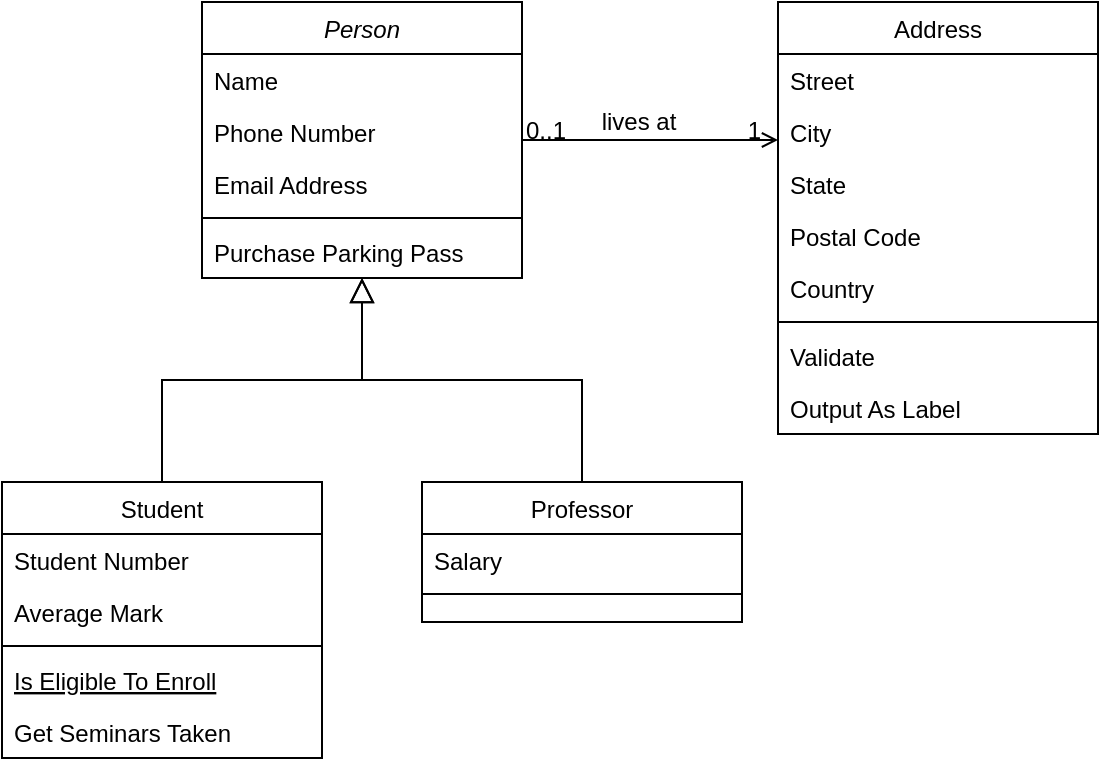
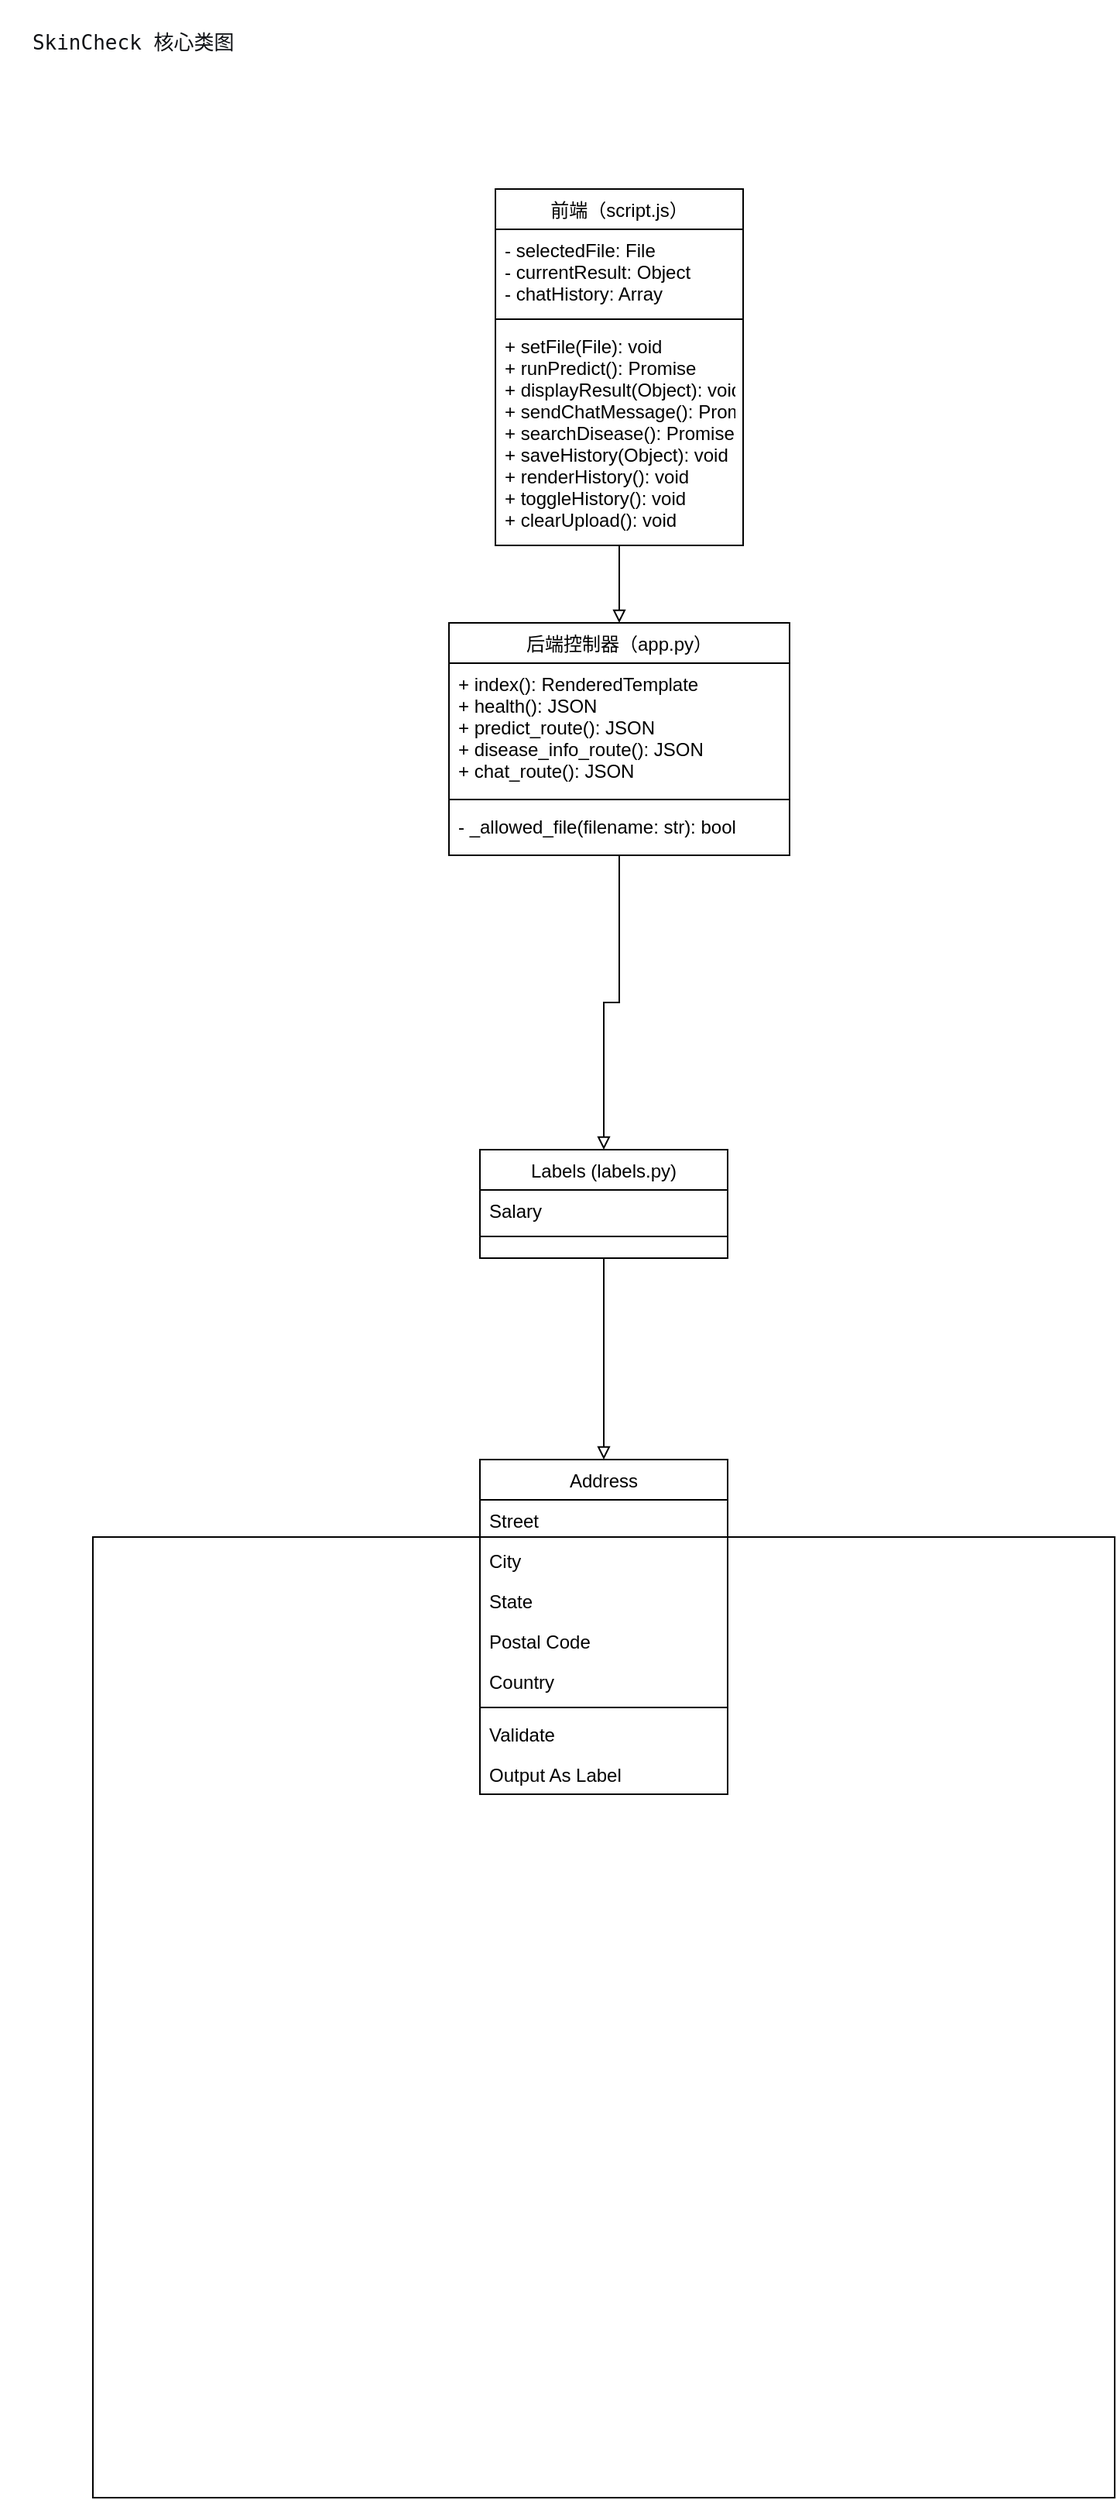
<mxfile host="app.diagrams.net">
  <diagram id="C5RBs43oDa-KdzZeNtuy" name="Page-1">
-     <mxGraphModel dx="1223" dy="871" grid="1" gridSize="10" guides="1" tooltips="1" connect="1" arrows="1" fold="1" page="1" pageScale="1" pageWidth="827" pageHeight="1169" math="0" shadow="0">
+     <mxGraphModel dx="986" dy="1869" grid="1" gridSize="10" guides="1" tooltips="1" connect="1" arrows="1" fold="1" page="1" pageScale="1" pageWidth="827" pageHeight="1169" math="0" shadow="0">
      <root>
        <mxCell id="WIyWlLk6GJQsqaUBKTNV-0" />
        <mxCell id="WIyWlLk6GJQsqaUBKTNV-1" parent="WIyWlLk6GJQsqaUBKTNV-0" />
-         <mxCell id="zkfFHV4jXpPFQw0GAbJ--0" value="Person" style="swimlane;fontStyle=2;align=center;verticalAlign=top;childLayout=stackLayout;horizontal=1;startSize=26;horizontalStack=0;resizeParent=1;resizeLast=0;collapsible=1;marginBottom=0;rounded=0;shadow=0;strokeWidth=1;" parent="WIyWlLk6GJQsqaUBKTNV-1" vertex="1">
-           <mxGeometry x="220" y="120" width="160" height="138" as="geometry">
-             <mxRectangle x="230" y="140" width="160" height="26" as="alternateBounds" />
+         <mxCell id="N7wxkTFcrLl-ZfhX1T1g-0" parent="WIyWlLk6GJQsqaUBKTNV-1" style="rounded=0;whiteSpace=wrap;html=1;" value="" vertex="1">
+           <mxGeometry height="620" width="660" x="90" y="990" as="geometry" />
+         </mxCell>
+         <mxCell id="zkfFHV4jXpPFQw0GAbJ--0" parent="WIyWlLk6GJQsqaUBKTNV-1" style="swimlane;fontStyle=0;align=center;verticalAlign=top;childLayout=stackLayout;horizontal=1;startSize=26;horizontalStack=0;resizeParent=1;resizeLast=0;collapsible=1;marginBottom=0;rounded=0;shadow=0;strokeWidth=1;" value="前端（script.js）" vertex="1">
+           <mxGeometry height="230" width="160" x="350" y="120" as="geometry">
+             <mxRectangle height="26" width="160" x="230" y="140" as="alternateBounds" />
          </mxGeometry>
        </mxCell>
-         <mxCell id="zkfFHV4jXpPFQw0GAbJ--1" value="Name" style="text;align=left;verticalAlign=top;spacingLeft=4;spacingRight=4;overflow=hidden;rotatable=0;points=[[0,0.5],[1,0.5]];portConstraint=eastwest;" parent="zkfFHV4jXpPFQw0GAbJ--0" vertex="1">
-           <mxGeometry y="26" width="160" height="26" as="geometry" />
+         <mxCell id="zkfFHV4jXpPFQw0GAbJ--1" parent="zkfFHV4jXpPFQw0GAbJ--0" style="text;align=left;verticalAlign=top;spacingLeft=4;spacingRight=4;overflow=hidden;rotatable=0;points=[[0,0.5],[1,0.5]];portConstraint=eastwest;" value=" - selectedFile: File&#xa;- currentResult: Object&#xa;- chatHistory: Array " vertex="1">
+           <mxGeometry height="54" width="160" y="26" as="geometry" />
        </mxCell>
-         <mxCell id="zkfFHV4jXpPFQw0GAbJ--2" value="Phone Number" style="text;align=left;verticalAlign=top;spacingLeft=4;spacingRight=4;overflow=hidden;rotatable=0;points=[[0,0.5],[1,0.5]];portConstraint=eastwest;rounded=0;shadow=0;html=0;" parent="zkfFHV4jXpPFQw0GAbJ--0" vertex="1">
-           <mxGeometry y="52" width="160" height="26" as="geometry" />
+         <mxCell id="zkfFHV4jXpPFQw0GAbJ--4" parent="zkfFHV4jXpPFQw0GAbJ--0" style="line;html=1;strokeWidth=1;align=left;verticalAlign=middle;spacingTop=-1;spacingLeft=3;spacingRight=3;rotatable=0;labelPosition=right;points=[];portConstraint=eastwest;" value="" vertex="1">
+           <mxGeometry height="8" width="160" y="80" as="geometry" />
        </mxCell>
-         <mxCell id="zkfFHV4jXpPFQw0GAbJ--3" value="Email Address" style="text;align=left;verticalAlign=top;spacingLeft=4;spacingRight=4;overflow=hidden;rotatable=0;points=[[0,0.5],[1,0.5]];portConstraint=eastwest;rounded=0;shadow=0;html=0;" parent="zkfFHV4jXpPFQw0GAbJ--0" vertex="1">
-           <mxGeometry y="78" width="160" height="26" as="geometry" />
+         <mxCell id="zkfFHV4jXpPFQw0GAbJ--5" parent="zkfFHV4jXpPFQw0GAbJ--0" style="text;align=left;verticalAlign=top;spacingLeft=4;spacingRight=4;overflow=hidden;rotatable=0;points=[[0,0.5],[1,0.5]];portConstraint=eastwest;" value="+ setFile(File): void&#xa;+ runPredict(): Promise&#xa;+ displayResult(Object): void&#xa;+ sendChatMessage(): Promise&#xa;+ searchDisease(): Promise&#xa;+ saveHistory(Object): void &#xa;+ renderHistory(): void&#xa;+ toggleHistory(): void&#xa;+ clearUpload(): void" vertex="1">
+           <mxGeometry height="142" width="160" y="88" as="geometry" />
        </mxCell>
-         <mxCell id="zkfFHV4jXpPFQw0GAbJ--4" value="" style="line;html=1;strokeWidth=1;align=left;verticalAlign=middle;spacingTop=-1;spacingLeft=3;spacingRight=3;rotatable=0;labelPosition=right;points=[];portConstraint=eastwest;" parent="zkfFHV4jXpPFQw0GAbJ--0" vertex="1">
-           <mxGeometry y="104" width="160" height="8" as="geometry" />
+         <mxCell id="N7wxkTFcrLl-ZfhX1T1g-4" edge="1" parent="WIyWlLk6GJQsqaUBKTNV-1" source="zkfFHV4jXpPFQw0GAbJ--6" style="edgeStyle=orthogonalEdgeStyle;rounded=0;orthogonalLoop=1;jettySize=auto;html=1;entryX=0.5;entryY=0;entryDx=0;entryDy=0;endArrow=block;endFill=0;" target="zkfFHV4jXpPFQw0GAbJ--13" value="">
+           <mxGeometry relative="1" as="geometry" />
        </mxCell>
-         <mxCell id="zkfFHV4jXpPFQw0GAbJ--5" value="Purchase Parking Pass" style="text;align=left;verticalAlign=top;spacingLeft=4;spacingRight=4;overflow=hidden;rotatable=0;points=[[0,0.5],[1,0.5]];portConstraint=eastwest;" parent="zkfFHV4jXpPFQw0GAbJ--0" vertex="1">
-           <mxGeometry y="112" width="160" height="26" as="geometry" />
-         </mxCell>
-         <mxCell id="zkfFHV4jXpPFQw0GAbJ--6" value="Student" style="swimlane;fontStyle=0;align=center;verticalAlign=top;childLayout=stackLayout;horizontal=1;startSize=26;horizontalStack=0;resizeParent=1;resizeLast=0;collapsible=1;marginBottom=0;rounded=0;shadow=0;strokeWidth=1;" parent="WIyWlLk6GJQsqaUBKTNV-1" vertex="1">
-           <mxGeometry x="120" y="360" width="160" height="138" as="geometry">
-             <mxRectangle x="130" y="380" width="160" height="26" as="alternateBounds" />
+         <mxCell id="zkfFHV4jXpPFQw0GAbJ--6" parent="WIyWlLk6GJQsqaUBKTNV-1" style="swimlane;fontStyle=0;align=center;verticalAlign=top;childLayout=stackLayout;horizontal=1;startSize=26;horizontalStack=0;resizeParent=1;resizeLast=0;collapsible=1;marginBottom=0;rounded=0;shadow=0;strokeWidth=1;" value="后端控制器（app.py）" vertex="1">
+           <mxGeometry height="150" width="220" x="320" y="400" as="geometry">
+             <mxRectangle height="26" width="160" x="130" y="380" as="alternateBounds" />
          </mxGeometry>
        </mxCell>
-         <mxCell id="zkfFHV4jXpPFQw0GAbJ--7" value="Student Number" style="text;align=left;verticalAlign=top;spacingLeft=4;spacingRight=4;overflow=hidden;rotatable=0;points=[[0,0.5],[1,0.5]];portConstraint=eastwest;" parent="zkfFHV4jXpPFQw0GAbJ--6" vertex="1">
-           <mxGeometry y="26" width="160" height="26" as="geometry" />
+         <mxCell id="zkfFHV4jXpPFQw0GAbJ--7" parent="zkfFHV4jXpPFQw0GAbJ--6" style="text;align=left;verticalAlign=top;spacingLeft=4;spacingRight=4;overflow=hidden;rotatable=0;points=[[0,0.5],[1,0.5]];portConstraint=eastwest;" value="+ index(): RenderedTemplate &#xa;+ health(): JSON&#xa;+ predict_route(): JSON &#xa;+ disease_info_route(): JSON&#xa;+ chat_route(): JSON" vertex="1">
+           <mxGeometry height="84" width="220" y="26" as="geometry" />
        </mxCell>
-         <mxCell id="zkfFHV4jXpPFQw0GAbJ--8" value="Average Mark" style="text;align=left;verticalAlign=top;spacingLeft=4;spacingRight=4;overflow=hidden;rotatable=0;points=[[0,0.5],[1,0.5]];portConstraint=eastwest;rounded=0;shadow=0;html=0;" parent="zkfFHV4jXpPFQw0GAbJ--6" vertex="1">
-           <mxGeometry y="52" width="160" height="26" as="geometry" />
+         <mxCell id="zkfFHV4jXpPFQw0GAbJ--9" parent="zkfFHV4jXpPFQw0GAbJ--6" style="line;html=1;strokeWidth=1;align=left;verticalAlign=middle;spacingTop=-1;spacingLeft=3;spacingRight=3;rotatable=0;labelPosition=right;points=[];portConstraint=eastwest;" value="" vertex="1">
+           <mxGeometry height="8" width="220" y="110" as="geometry" />
        </mxCell>
-         <mxCell id="zkfFHV4jXpPFQw0GAbJ--9" value="" style="line;html=1;strokeWidth=1;align=left;verticalAlign=middle;spacingTop=-1;spacingLeft=3;spacingRight=3;rotatable=0;labelPosition=right;points=[];portConstraint=eastwest;" parent="zkfFHV4jXpPFQw0GAbJ--6" vertex="1">
-           <mxGeometry y="78" width="160" height="8" as="geometry" />
+         <mxCell id="zkfFHV4jXpPFQw0GAbJ--10" parent="zkfFHV4jXpPFQw0GAbJ--6" style="text;align=left;verticalAlign=top;spacingLeft=4;spacingRight=4;overflow=hidden;rotatable=0;points=[[0,0.5],[1,0.5]];portConstraint=eastwest;fontStyle=0" value="- _allowed_file(filename: str): bool" vertex="1">
+           <mxGeometry height="32" width="220" y="118" as="geometry" />
        </mxCell>
-         <mxCell id="zkfFHV4jXpPFQw0GAbJ--10" value="Is Eligible To Enroll" style="text;align=left;verticalAlign=top;spacingLeft=4;spacingRight=4;overflow=hidden;rotatable=0;points=[[0,0.5],[1,0.5]];portConstraint=eastwest;fontStyle=4" parent="zkfFHV4jXpPFQw0GAbJ--6" vertex="1">
-           <mxGeometry y="86" width="160" height="26" as="geometry" />
-         </mxCell>
-         <mxCell id="zkfFHV4jXpPFQw0GAbJ--11" value="Get Seminars Taken" style="text;align=left;verticalAlign=top;spacingLeft=4;spacingRight=4;overflow=hidden;rotatable=0;points=[[0,0.5],[1,0.5]];portConstraint=eastwest;" parent="zkfFHV4jXpPFQw0GAbJ--6" vertex="1">
-           <mxGeometry y="112" width="160" height="26" as="geometry" />
-         </mxCell>
-         <mxCell id="zkfFHV4jXpPFQw0GAbJ--12" value="" style="endArrow=block;endSize=10;endFill=0;shadow=0;strokeWidth=1;rounded=0;curved=0;edgeStyle=elbowEdgeStyle;elbow=vertical;" parent="WIyWlLk6GJQsqaUBKTNV-1" source="zkfFHV4jXpPFQw0GAbJ--6" target="zkfFHV4jXpPFQw0GAbJ--0" edge="1">
-           <mxGeometry width="160" relative="1" as="geometry">
+         <mxCell id="zkfFHV4jXpPFQw0GAbJ--12" edge="1" parent="WIyWlLk6GJQsqaUBKTNV-1" source="zkfFHV4jXpPFQw0GAbJ--6" style="endArrow=none;endSize=10;endFill=0;shadow=0;strokeWidth=1;rounded=0;curved=0;edgeStyle=elbowEdgeStyle;elbow=vertical;startArrow=block;startFill=0;" target="zkfFHV4jXpPFQw0GAbJ--0" value="">
+           <mxGeometry relative="1" width="160" as="geometry">
            <mxPoint x="200" y="203" as="sourcePoint" />
            <mxPoint x="200" y="203" as="targetPoint" />
          </mxGeometry>
        </mxCell>
-         <mxCell id="zkfFHV4jXpPFQw0GAbJ--13" value="Professor" style="swimlane;fontStyle=0;align=center;verticalAlign=top;childLayout=stackLayout;horizontal=1;startSize=26;horizontalStack=0;resizeParent=1;resizeLast=0;collapsible=1;marginBottom=0;rounded=0;shadow=0;strokeWidth=1;" parent="WIyWlLk6GJQsqaUBKTNV-1" vertex="1">
-           <mxGeometry x="330" y="360" width="160" height="70" as="geometry">
-             <mxRectangle x="340" y="380" width="170" height="26" as="alternateBounds" />
+         <mxCell id="N7wxkTFcrLl-ZfhX1T1g-6" edge="1" parent="WIyWlLk6GJQsqaUBKTNV-1" source="zkfFHV4jXpPFQw0GAbJ--13" style="edgeStyle=orthogonalEdgeStyle;rounded=0;orthogonalLoop=1;jettySize=auto;html=1;entryX=0.5;entryY=0;entryDx=0;entryDy=0;endArrow=block;endFill=0;" target="zkfFHV4jXpPFQw0GAbJ--17" value="">
+           <mxGeometry relative="1" as="geometry" />
+         </mxCell>
+         <mxCell id="zkfFHV4jXpPFQw0GAbJ--13" parent="WIyWlLk6GJQsqaUBKTNV-1" style="swimlane;fontStyle=0;align=center;verticalAlign=top;childLayout=stackLayout;horizontal=1;startSize=26;horizontalStack=0;resizeParent=1;resizeLast=0;collapsible=1;marginBottom=0;rounded=0;shadow=0;strokeWidth=1;" value="Labels (labels.py)" vertex="1">
+           <mxGeometry height="70" width="160" x="340" y="740" as="geometry">
+             <mxRectangle height="26" width="170" x="340" y="380" as="alternateBounds" />
          </mxGeometry>
        </mxCell>
-         <mxCell id="zkfFHV4jXpPFQw0GAbJ--14" value="Salary" style="text;align=left;verticalAlign=top;spacingLeft=4;spacingRight=4;overflow=hidden;rotatable=0;points=[[0,0.5],[1,0.5]];portConstraint=eastwest;" parent="zkfFHV4jXpPFQw0GAbJ--13" vertex="1">
-           <mxGeometry y="26" width="160" height="26" as="geometry" />
+         <mxCell id="zkfFHV4jXpPFQw0GAbJ--14" parent="zkfFHV4jXpPFQw0GAbJ--13" style="text;align=left;verticalAlign=top;spacingLeft=4;spacingRight=4;overflow=hidden;rotatable=0;points=[[0,0.5],[1,0.5]];portConstraint=eastwest;" value="Salary" vertex="1">
+           <mxGeometry height="26" width="160" y="26" as="geometry" />
        </mxCell>
-         <mxCell id="zkfFHV4jXpPFQw0GAbJ--15" value="" style="line;html=1;strokeWidth=1;align=left;verticalAlign=middle;spacingTop=-1;spacingLeft=3;spacingRight=3;rotatable=0;labelPosition=right;points=[];portConstraint=eastwest;" parent="zkfFHV4jXpPFQw0GAbJ--13" vertex="1">
-           <mxGeometry y="52" width="160" height="8" as="geometry" />
+         <mxCell id="zkfFHV4jXpPFQw0GAbJ--15" parent="zkfFHV4jXpPFQw0GAbJ--13" style="line;html=1;strokeWidth=1;align=left;verticalAlign=middle;spacingTop=-1;spacingLeft=3;spacingRight=3;rotatable=0;labelPosition=right;points=[];portConstraint=eastwest;" value="" vertex="1">
+           <mxGeometry height="8" width="160" y="52" as="geometry" />
        </mxCell>
-         <mxCell id="zkfFHV4jXpPFQw0GAbJ--16" value="" style="endArrow=block;endSize=10;endFill=0;shadow=0;strokeWidth=1;rounded=0;curved=0;edgeStyle=elbowEdgeStyle;elbow=vertical;" parent="WIyWlLk6GJQsqaUBKTNV-1" source="zkfFHV4jXpPFQw0GAbJ--13" target="zkfFHV4jXpPFQw0GAbJ--0" edge="1">
-           <mxGeometry width="160" relative="1" as="geometry">
-             <mxPoint x="210" y="373" as="sourcePoint" />
-             <mxPoint x="310" y="271" as="targetPoint" />
+         <mxCell id="zkfFHV4jXpPFQw0GAbJ--17" parent="WIyWlLk6GJQsqaUBKTNV-1" style="swimlane;fontStyle=0;align=center;verticalAlign=top;childLayout=stackLayout;horizontal=1;startSize=26;horizontalStack=0;resizeParent=1;resizeLast=0;collapsible=1;marginBottom=0;rounded=0;shadow=0;strokeWidth=1;" value="Address" vertex="1">
+           <mxGeometry height="216" width="160" x="340" y="940" as="geometry">
+             <mxRectangle height="26" width="160" x="550" y="140" as="alternateBounds" />
          </mxGeometry>
        </mxCell>
-         <mxCell id="zkfFHV4jXpPFQw0GAbJ--17" value="Address" style="swimlane;fontStyle=0;align=center;verticalAlign=top;childLayout=stackLayout;horizontal=1;startSize=26;horizontalStack=0;resizeParent=1;resizeLast=0;collapsible=1;marginBottom=0;rounded=0;shadow=0;strokeWidth=1;" parent="WIyWlLk6GJQsqaUBKTNV-1" vertex="1">
-           <mxGeometry x="508" y="120" width="160" height="216" as="geometry">
-             <mxRectangle x="550" y="140" width="160" height="26" as="alternateBounds" />
-           </mxGeometry>
+         <mxCell id="zkfFHV4jXpPFQw0GAbJ--18" parent="zkfFHV4jXpPFQw0GAbJ--17" style="text;align=left;verticalAlign=top;spacingLeft=4;spacingRight=4;overflow=hidden;rotatable=0;points=[[0,0.5],[1,0.5]];portConstraint=eastwest;" value="Street" vertex="1">
+           <mxGeometry height="26" width="160" y="26" as="geometry" />
        </mxCell>
-         <mxCell id="zkfFHV4jXpPFQw0GAbJ--18" value="Street" style="text;align=left;verticalAlign=top;spacingLeft=4;spacingRight=4;overflow=hidden;rotatable=0;points=[[0,0.5],[1,0.5]];portConstraint=eastwest;" parent="zkfFHV4jXpPFQw0GAbJ--17" vertex="1">
-           <mxGeometry y="26" width="160" height="26" as="geometry" />
+         <mxCell id="zkfFHV4jXpPFQw0GAbJ--19" parent="zkfFHV4jXpPFQw0GAbJ--17" style="text;align=left;verticalAlign=top;spacingLeft=4;spacingRight=4;overflow=hidden;rotatable=0;points=[[0,0.5],[1,0.5]];portConstraint=eastwest;rounded=0;shadow=0;html=0;" value="City" vertex="1">
+           <mxGeometry height="26" width="160" y="52" as="geometry" />
        </mxCell>
-         <mxCell id="zkfFHV4jXpPFQw0GAbJ--19" value="City" style="text;align=left;verticalAlign=top;spacingLeft=4;spacingRight=4;overflow=hidden;rotatable=0;points=[[0,0.5],[1,0.5]];portConstraint=eastwest;rounded=0;shadow=0;html=0;" parent="zkfFHV4jXpPFQw0GAbJ--17" vertex="1">
-           <mxGeometry y="52" width="160" height="26" as="geometry" />
+         <mxCell id="zkfFHV4jXpPFQw0GAbJ--20" parent="zkfFHV4jXpPFQw0GAbJ--17" style="text;align=left;verticalAlign=top;spacingLeft=4;spacingRight=4;overflow=hidden;rotatable=0;points=[[0,0.5],[1,0.5]];portConstraint=eastwest;rounded=0;shadow=0;html=0;" value="State" vertex="1">
+           <mxGeometry height="26" width="160" y="78" as="geometry" />
        </mxCell>
-         <mxCell id="zkfFHV4jXpPFQw0GAbJ--20" value="State" style="text;align=left;verticalAlign=top;spacingLeft=4;spacingRight=4;overflow=hidden;rotatable=0;points=[[0,0.5],[1,0.5]];portConstraint=eastwest;rounded=0;shadow=0;html=0;" parent="zkfFHV4jXpPFQw0GAbJ--17" vertex="1">
-           <mxGeometry y="78" width="160" height="26" as="geometry" />
+         <mxCell id="zkfFHV4jXpPFQw0GAbJ--21" parent="zkfFHV4jXpPFQw0GAbJ--17" style="text;align=left;verticalAlign=top;spacingLeft=4;spacingRight=4;overflow=hidden;rotatable=0;points=[[0,0.5],[1,0.5]];portConstraint=eastwest;rounded=0;shadow=0;html=0;" value="Postal Code" vertex="1">
+           <mxGeometry height="26" width="160" y="104" as="geometry" />
        </mxCell>
-         <mxCell id="zkfFHV4jXpPFQw0GAbJ--21" value="Postal Code" style="text;align=left;verticalAlign=top;spacingLeft=4;spacingRight=4;overflow=hidden;rotatable=0;points=[[0,0.5],[1,0.5]];portConstraint=eastwest;rounded=0;shadow=0;html=0;" parent="zkfFHV4jXpPFQw0GAbJ--17" vertex="1">
-           <mxGeometry y="104" width="160" height="26" as="geometry" />
+         <mxCell id="zkfFHV4jXpPFQw0GAbJ--22" parent="zkfFHV4jXpPFQw0GAbJ--17" style="text;align=left;verticalAlign=top;spacingLeft=4;spacingRight=4;overflow=hidden;rotatable=0;points=[[0,0.5],[1,0.5]];portConstraint=eastwest;rounded=0;shadow=0;html=0;" value="Country" vertex="1">
+           <mxGeometry height="26" width="160" y="130" as="geometry" />
        </mxCell>
-         <mxCell id="zkfFHV4jXpPFQw0GAbJ--22" value="Country" style="text;align=left;verticalAlign=top;spacingLeft=4;spacingRight=4;overflow=hidden;rotatable=0;points=[[0,0.5],[1,0.5]];portConstraint=eastwest;rounded=0;shadow=0;html=0;" parent="zkfFHV4jXpPFQw0GAbJ--17" vertex="1">
-           <mxGeometry y="130" width="160" height="26" as="geometry" />
+         <mxCell id="zkfFHV4jXpPFQw0GAbJ--23" parent="zkfFHV4jXpPFQw0GAbJ--17" style="line;html=1;strokeWidth=1;align=left;verticalAlign=middle;spacingTop=-1;spacingLeft=3;spacingRight=3;rotatable=0;labelPosition=right;points=[];portConstraint=eastwest;" value="" vertex="1">
+           <mxGeometry height="8" width="160" y="156" as="geometry" />
        </mxCell>
-         <mxCell id="zkfFHV4jXpPFQw0GAbJ--23" value="" style="line;html=1;strokeWidth=1;align=left;verticalAlign=middle;spacingTop=-1;spacingLeft=3;spacingRight=3;rotatable=0;labelPosition=right;points=[];portConstraint=eastwest;" parent="zkfFHV4jXpPFQw0GAbJ--17" vertex="1">
-           <mxGeometry y="156" width="160" height="8" as="geometry" />
+         <mxCell id="zkfFHV4jXpPFQw0GAbJ--24" parent="zkfFHV4jXpPFQw0GAbJ--17" style="text;align=left;verticalAlign=top;spacingLeft=4;spacingRight=4;overflow=hidden;rotatable=0;points=[[0,0.5],[1,0.5]];portConstraint=eastwest;" value="Validate" vertex="1">
+           <mxGeometry height="26" width="160" y="164" as="geometry" />
        </mxCell>
-         <mxCell id="zkfFHV4jXpPFQw0GAbJ--24" value="Validate" style="text;align=left;verticalAlign=top;spacingLeft=4;spacingRight=4;overflow=hidden;rotatable=0;points=[[0,0.5],[1,0.5]];portConstraint=eastwest;" parent="zkfFHV4jXpPFQw0GAbJ--17" vertex="1">
-           <mxGeometry y="164" width="160" height="26" as="geometry" />
+         <mxCell id="zkfFHV4jXpPFQw0GAbJ--25" parent="zkfFHV4jXpPFQw0GAbJ--17" style="text;align=left;verticalAlign=top;spacingLeft=4;spacingRight=4;overflow=hidden;rotatable=0;points=[[0,0.5],[1,0.5]];portConstraint=eastwest;" value="Output As Label" vertex="1">
+           <mxGeometry height="26" width="160" y="190" as="geometry" />
        </mxCell>
-         <mxCell id="zkfFHV4jXpPFQw0GAbJ--25" value="Output As Label" style="text;align=left;verticalAlign=top;spacingLeft=4;spacingRight=4;overflow=hidden;rotatable=0;points=[[0,0.5],[1,0.5]];portConstraint=eastwest;" parent="zkfFHV4jXpPFQw0GAbJ--17" vertex="1">
-           <mxGeometry y="190" width="160" height="26" as="geometry" />
-         </mxCell>
-         <mxCell id="zkfFHV4jXpPFQw0GAbJ--26" value="" style="endArrow=open;shadow=0;strokeWidth=1;rounded=0;curved=0;endFill=1;edgeStyle=elbowEdgeStyle;elbow=vertical;" parent="WIyWlLk6GJQsqaUBKTNV-1" source="zkfFHV4jXpPFQw0GAbJ--0" target="zkfFHV4jXpPFQw0GAbJ--17" edge="1">
-           <mxGeometry x="0.5" y="41" relative="1" as="geometry">
-             <mxPoint x="380" y="192" as="sourcePoint" />
-             <mxPoint x="540" y="192" as="targetPoint" />
-             <mxPoint x="-40" y="32" as="offset" />
-           </mxGeometry>
-         </mxCell>
-         <mxCell id="zkfFHV4jXpPFQw0GAbJ--27" value="0..1" style="resizable=0;align=left;verticalAlign=bottom;labelBackgroundColor=none;fontSize=12;" parent="zkfFHV4jXpPFQw0GAbJ--26" connectable="0" vertex="1">
-           <mxGeometry x="-1" relative="1" as="geometry">
-             <mxPoint y="4" as="offset" />
-           </mxGeometry>
-         </mxCell>
-         <mxCell id="zkfFHV4jXpPFQw0GAbJ--28" value="1" style="resizable=0;align=right;verticalAlign=bottom;labelBackgroundColor=none;fontSize=12;" parent="zkfFHV4jXpPFQw0GAbJ--26" connectable="0" vertex="1">
-           <mxGeometry x="1" relative="1" as="geometry">
-             <mxPoint x="-7" y="4" as="offset" />
-           </mxGeometry>
-         </mxCell>
-         <mxCell id="zkfFHV4jXpPFQw0GAbJ--29" value="lives at" style="text;html=1;resizable=0;points=[];;align=center;verticalAlign=middle;labelBackgroundColor=none;rounded=0;shadow=0;strokeWidth=1;fontSize=12;" parent="zkfFHV4jXpPFQw0GAbJ--26" vertex="1" connectable="0">
-           <mxGeometry x="0.5" y="49" relative="1" as="geometry">
-             <mxPoint x="-38" y="40" as="offset" />
-           </mxGeometry>
+         <mxCell id="N7wxkTFcrLl-ZfhX1T1g-1" parent="WIyWlLk6GJQsqaUBKTNV-1" style="text;html=1;whiteSpace=wrap;strokeColor=none;fillColor=none;align=center;verticalAlign=middle;rounded=0;" value="&lt;pre style=&quot;font-style: normal; font-variant: normal; font-size-adjust: none; font-language-override: normal; font-kerning: auto; font-optical-sizing: auto; font-feature-settings: normal; font-variation-settings: normal; font-stretch: normal; font-size: 13px; line-height: 22px; font-family: Menlo, Monaco, Consolas, &amp;quot;Cascadia Mono&amp;quot;, &amp;quot;Ubuntu Mono&amp;quot;, &amp;quot;DejaVu Sans Mono&amp;quot;, &amp;quot;Liberation Mono&amp;quot;, &amp;quot;JetBrains Mono&amp;quot;, &amp;quot;Fira Code&amp;quot;, Cousine, &amp;quot;Roboto Mono&amp;quot;, &amp;quot;Courier New&amp;quot;, Courier, sans-serif, system-ui; overflow: auto; white-space: pre-wrap; word-break: break-all; padding: 16px; color: rgb(15, 17, 21); text-align: start; margin: 0px !important;&quot;&gt;SkinCheck 核心类图 &lt;/pre&gt;" vertex="1">
+           <mxGeometry height="30" width="180" x="30" y="10" as="geometry" />
        </mxCell>
      </root>
    </mxGraphModel>
  </diagram>
</mxfile>
